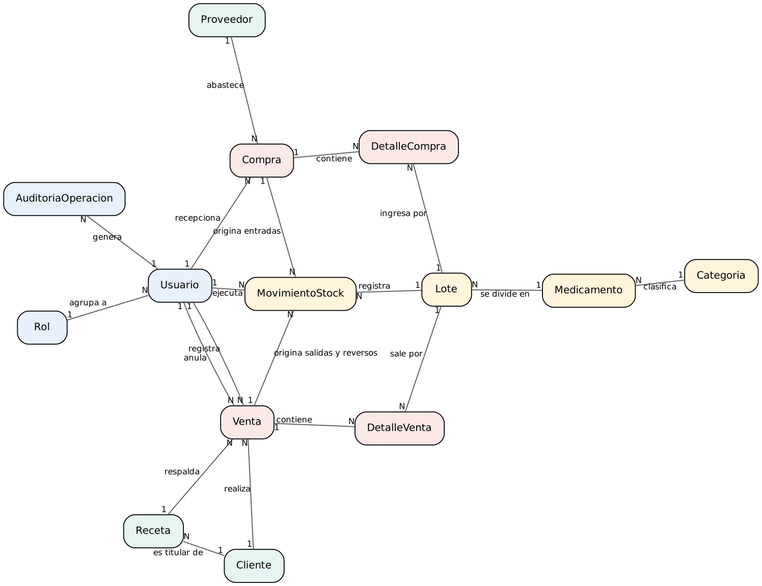
Above: docs/diagramas/modelo_conceptual.png in angelonavarroxd23-lab/Farma-Control (Graphviz), before the change. Its source is kept beside it as docs/diagramas/src/modelo_conceptual.dot.
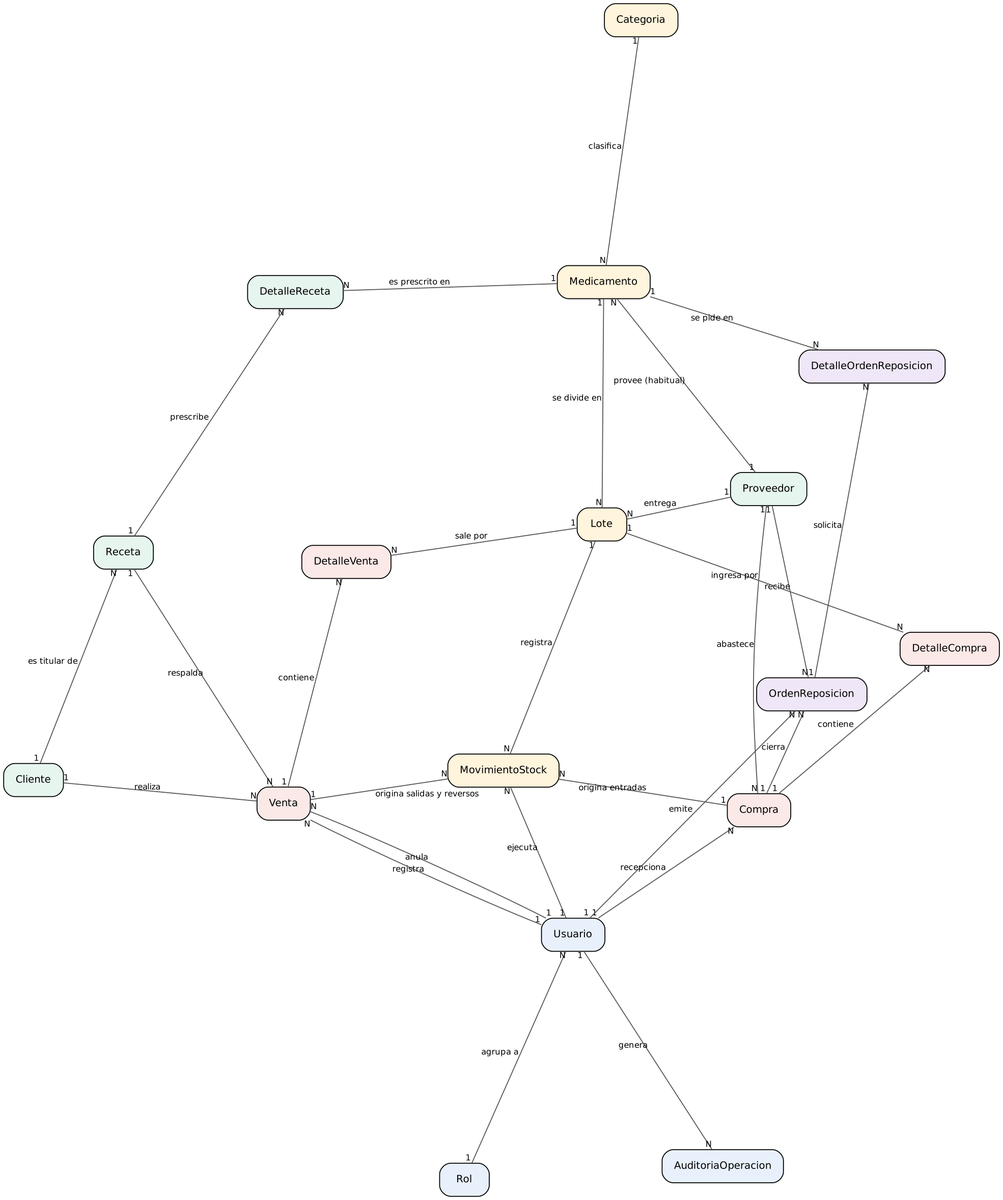
The same file after the commit.

Diff of the diagram source:
```diff
@@ -9,8 +9,11 @@
 Medicamento [fillcolor="#FFF4DC"];
 Receta [fillcolor="#E6F6EE"];
 Lote [fillcolor="#FFF4DC"];
+DetalleReceta [fillcolor="#E6F6EE"];
 Compra [fillcolor="#FBE9E7"];
 DetalleCompra [fillcolor="#FBE9E7"];
+OrdenReposicion [fillcolor="#EFE7F7"];
+DetalleOrdenReposicion [fillcolor="#EFE7F7"];
 Venta [fillcolor="#FBE9E7"];
 DetalleVenta [fillcolor="#FBE9E7"];
 MovimientoStock [fillcolor="#FFF4DC"];
@@ -32,6 +35,15 @@
 Lote -- DetalleVenta [label="sale por", taillabel="1", headlabel="N"];
 Lote -- MovimientoStock [label="registra", taillabel="1", headlabel="N"];
 Usuario -- MovimientoStock [label="ejecuta", taillabel="1", headlabel="N"];
+Receta -- DetalleReceta [label="prescribe", taillabel="1", headlabel="N"];
+Medicamento -- DetalleReceta [label="es prescrito en", taillabel="1", headlabel="N"];
+Proveedor -- OrdenReposicion [label="recibe", taillabel="1", headlabel="N"];
+Usuario -- OrdenReposicion [label="emite", taillabel="1", headlabel="N"];
+OrdenReposicion -- DetalleOrdenReposicion [label="solicita", taillabel="1", headlabel="N"];
+Medicamento -- DetalleOrdenReposicion [label="se pide en", taillabel="1", headlabel="N"];
+Compra -- OrdenReposicion [label="cierra", taillabel="1", headlabel="N"];
+Proveedor -- Lote [label="entrega", taillabel="1", headlabel="N"];
+Proveedor -- Medicamento [label="provee (habitual)", taillabel="1", headlabel="N"];
 Compra -- MovimientoStock [label="origina entradas", taillabel="1", headlabel="N"];
 Venta -- MovimientoStock [label="origina salidas y reversos", taillabel="1", headlabel="N"];
 }
```
